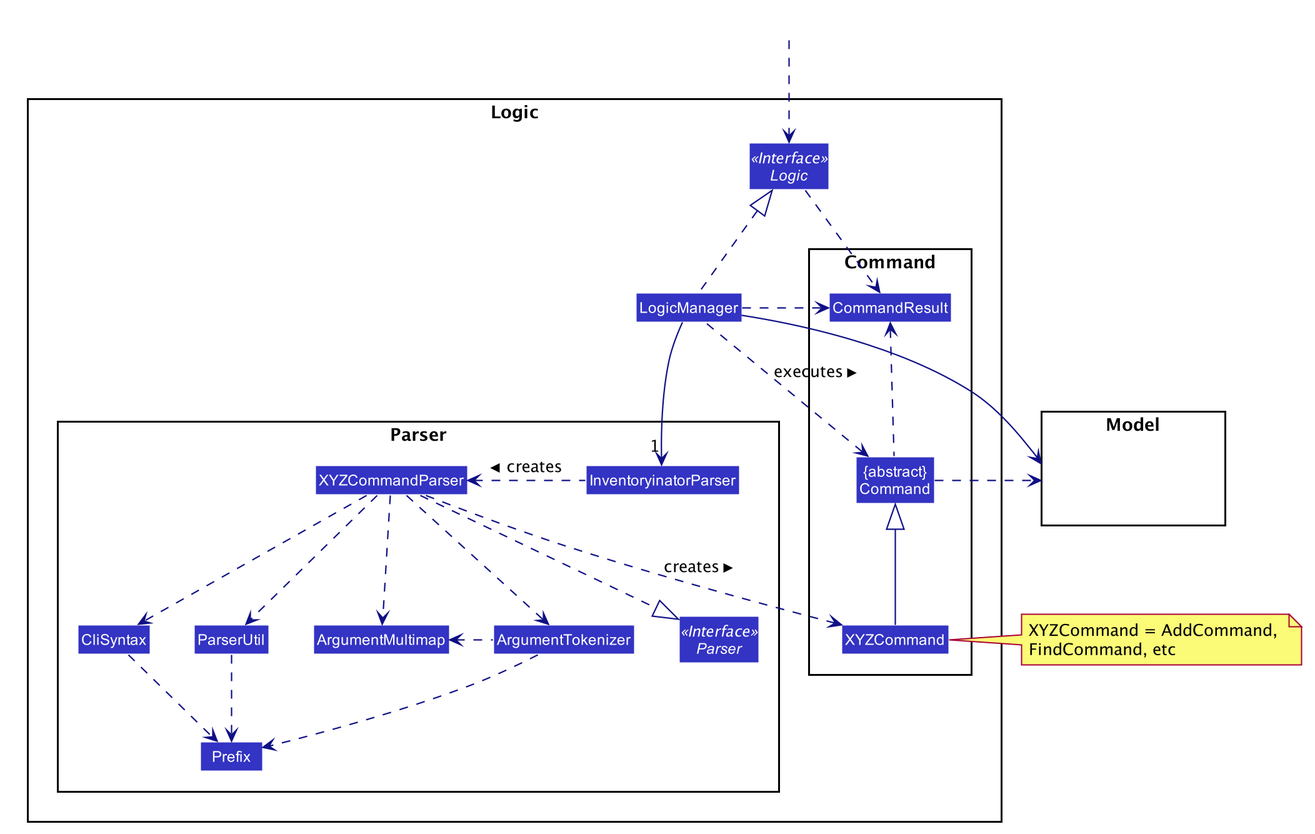
Earlier version of the PlantUML export docs/images/LogicClassDiagram.png (nus-cs2103-AY2021S1/tp).
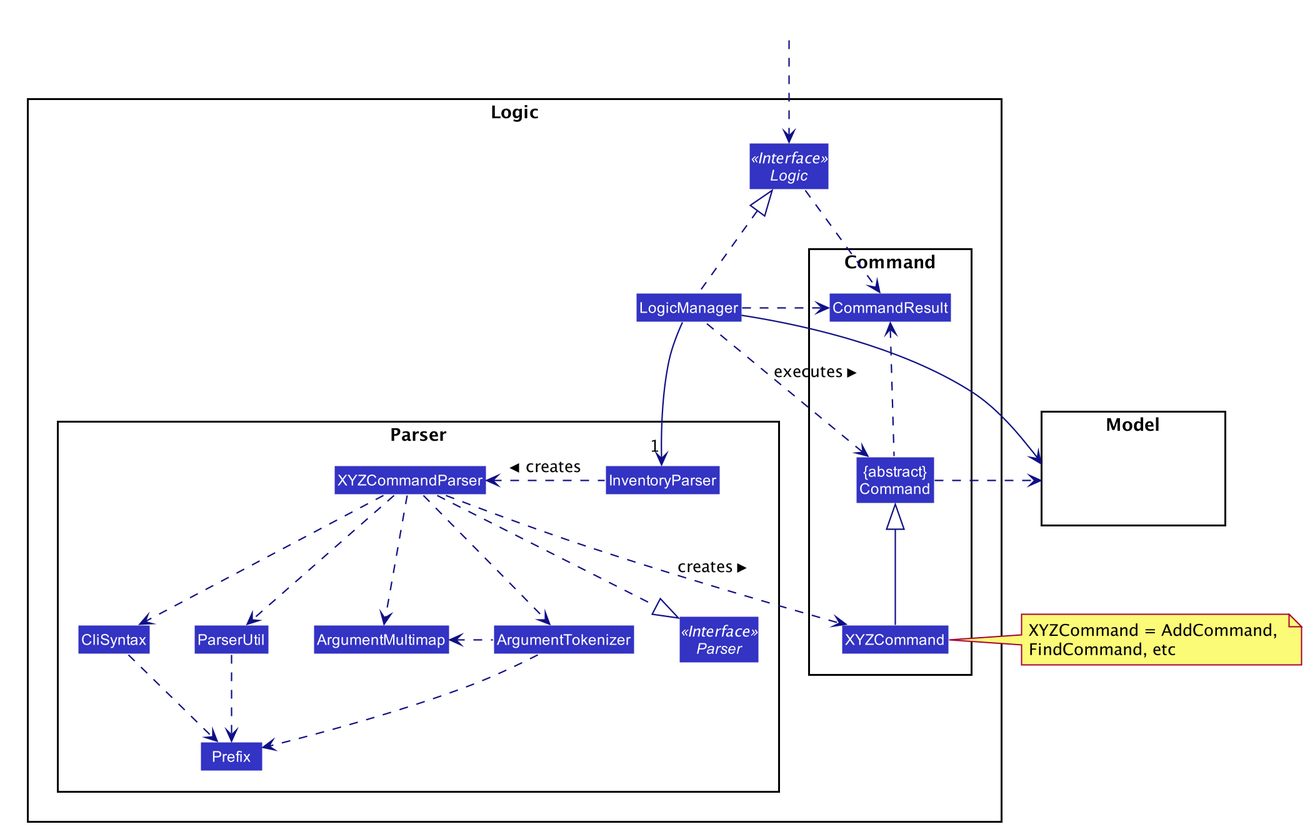
Later version of the same file.

Change to the diagram source:
```diff
@@ -55,7 +55,7 @@
 
 package Parser {
 Interface Parser <<Interface>>
-Class InventoryinatorParser
+Class InventoryParser
 Class XYZCommandParser
 Class CliSyntax
 Class ParserUtil
@@ -82,8 +82,8 @@
 HiddenOutside ..> Logic
 
 LogicManager .up.|> Logic
-LogicManager -->"1" InventoryinatorParser
-InventoryinatorParser .left.> XYZCommandParser: creates >
+LogicManager -->"1" InventoryParser
+InventoryParser .left.> XYZCommandParser: creates >
 
 XYZCommandParser ..> XYZCommand : creates >
 XYZCommandParser ..|> Parser
```
